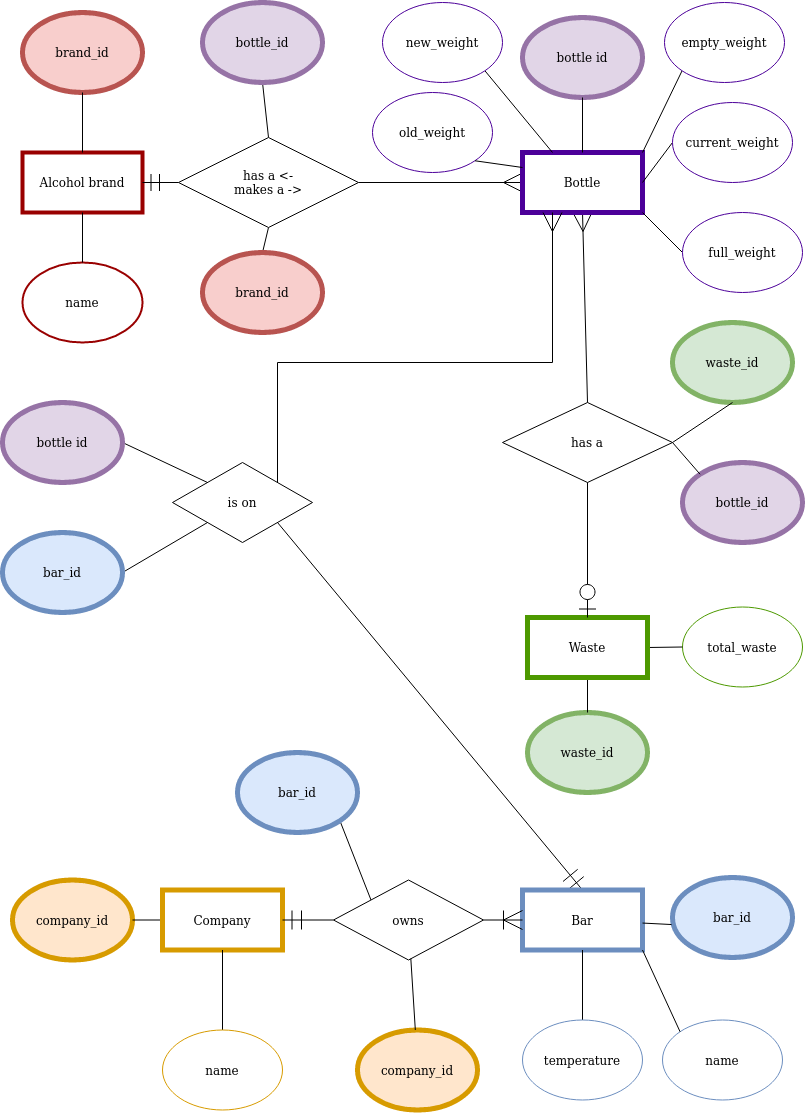
The draw.io diagram database_design/ERD_Chen_conceptual_model.png in jake4327/Fundamental_Project, before a commit. Source tidied: cells renumbered, new cells last; positions are measured from the earlier drawing's top-left corner, leaving out a move shared by most shapes.
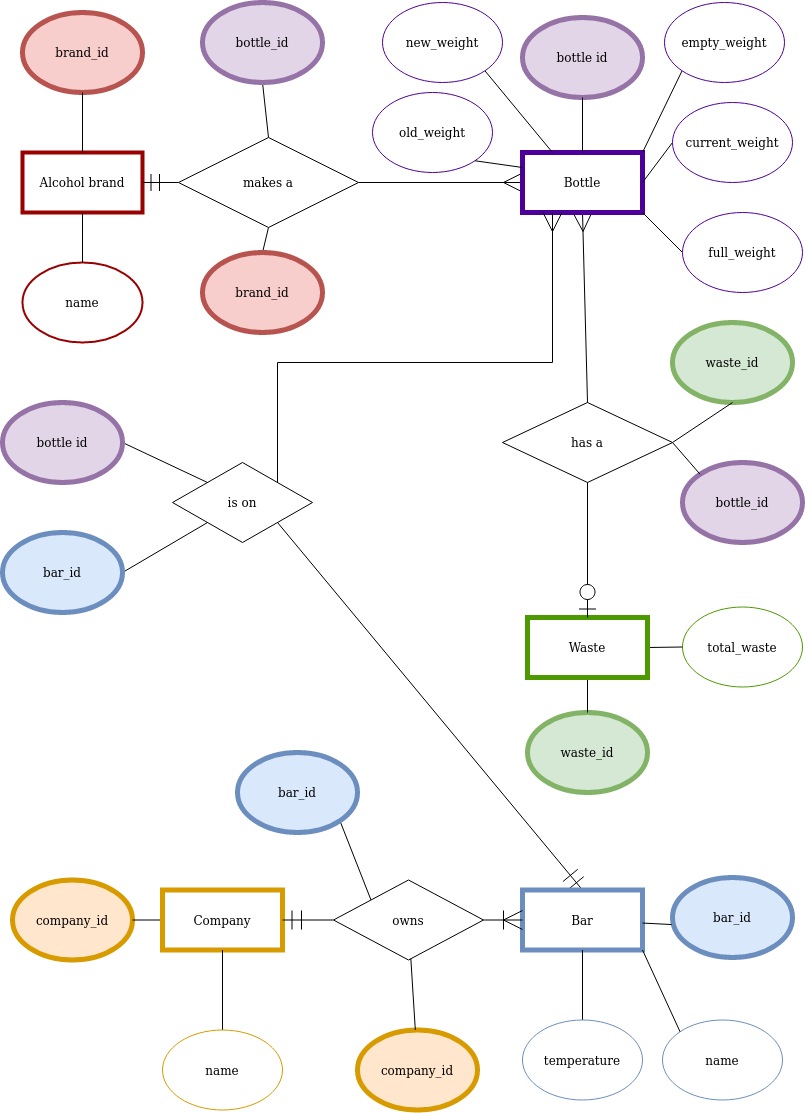
The same diagram one commit later.

Change to the diagram source:
```diff
@@ -44,7 +44,7 @@
     <mxCell id="15" style="edgeStyle=none;rounded=0;jettySize=auto;html=1;exitX=0.5;exitY=1;exitDx=0;exitDy=0;entryX=0.5;entryY=0;entryDx=0;entryDy=0;endArrow=none;endFill=0;" parent="12" edge="1" source="13" target="14">
       <mxGeometry relative="1" as="geometry" />
     </mxCell>
-    <mxCell id="16" value="&lt;div&gt;has a &amp;lt;-&lt;/div&gt;&lt;div&gt;makes a -&amp;gt;&lt;br&gt;&lt;/div&gt;" style="rhombus;whiteSpace=wrap;html=1;strokeWidth=1;" parent="11" vertex="1">
+    <mxCell id="16" value="makes a" style="rhombus;whiteSpace=wrap;html=1;strokeWidth=1;" parent="11" vertex="1">
       <mxGeometry x="-90" y="125" width="180" height="90" as="geometry" />
     </mxCell>
     <mxCell id="17" style="edgeStyle=none;rounded=0;jettySize=auto;html=1;exitX=1;exitY=0.5;exitDx=0;exitDy=0;entryX=0;entryY=0.5;entryDx=0;entryDy=0;endArrow=none;endFill=0;startArrow=ERmandOne;startFill=0;endSize=6;startSize=15;" parent="11" edge="1" source="14" target="16">
```
